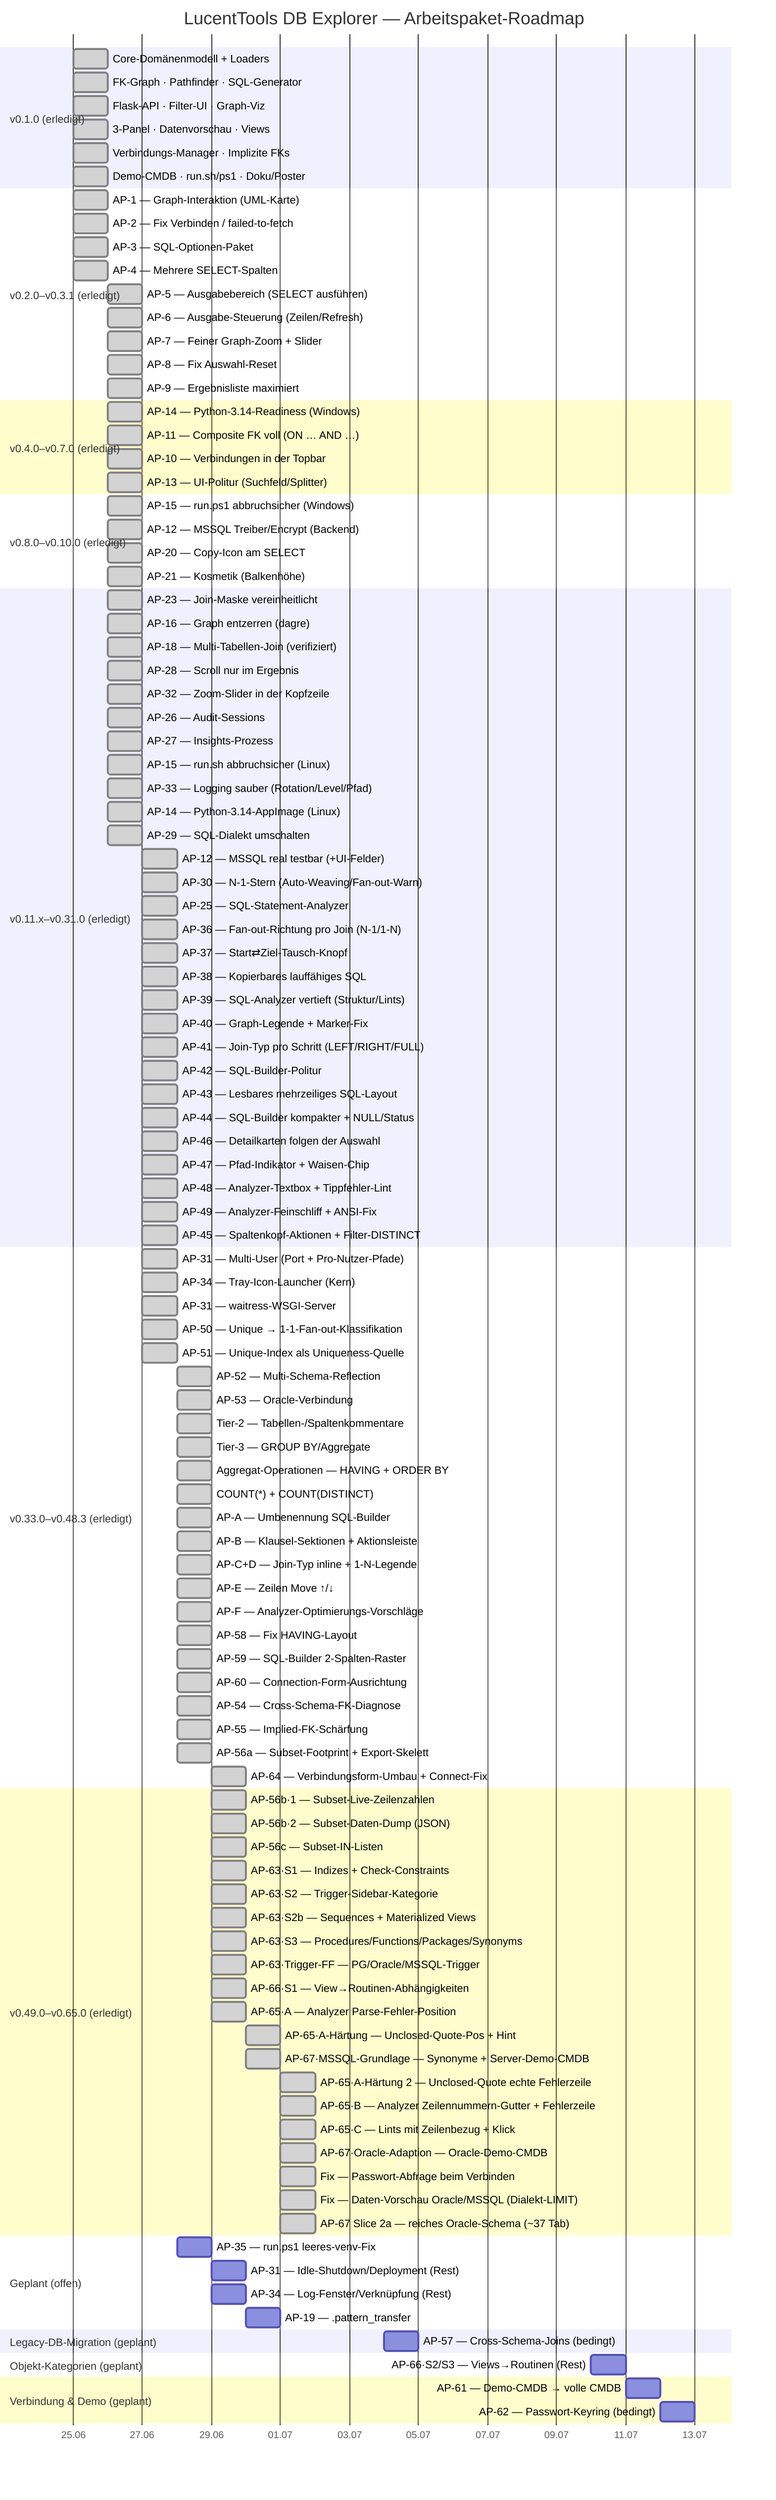
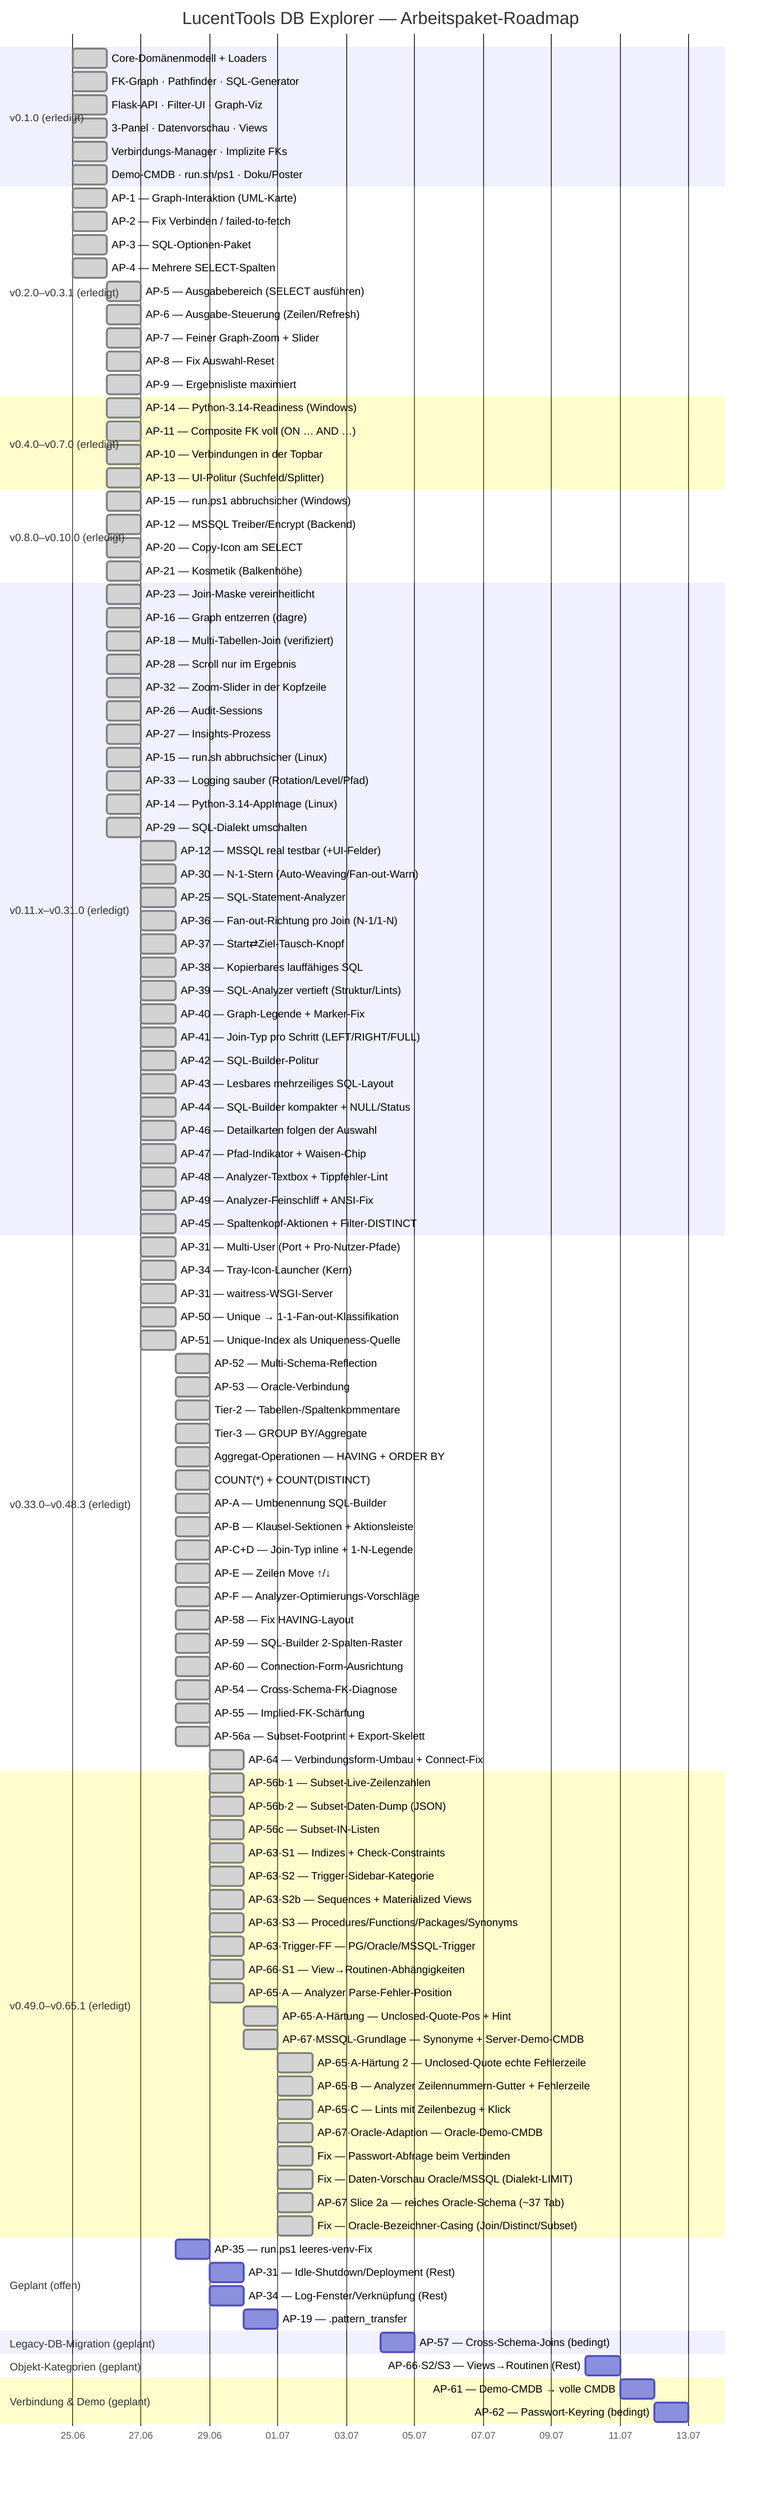
gantt
    title LucentTools DB Explorer — Arbeitspaket-Roadmap
    dateFormat  YYYY-MM-DD
    axisFormat  %d.%m

    section v0.1.0 (erledigt)
    Core-Domänenmodell + Loaders          :done, d1, 2026-06-25, 1d
    FK-Graph · Pathfinder · SQL-Generator :done, d2, 2026-06-25, 1d
    Flask-API · Filter-UI · Graph-Viz     :done, d3, 2026-06-25, 1d
    3-Panel · Datenvorschau · Views       :done, d4, 2026-06-25, 1d
    Verbindungs-Manager · Implizite FKs   :done, d5, 2026-06-25, 1d
    Demo-CMDB · run.sh/ps1 · Doku/Poster  :done, d6, 2026-06-25, 1d

    section v0.2.0–v0.3.1 (erledigt)
    AP-1 — Graph-Interaktion (UML-Karte)        :done, a1, 2026-06-25, 1d
    AP-2 — Fix Verbinden / failed-to-fetch      :done, a2, 2026-06-25, 1d
    AP-3 — SQL-Optionen-Paket                   :done, a3, 2026-06-25, 1d
    AP-4 — Mehrere SELECT-Spalten               :done, a4, 2026-06-25, 1d
    AP-5 — Ausgabebereich (SELECT ausführen)    :done, a5, 2026-06-26, 1d
    AP-6 — Ausgabe-Steuerung (Zeilen/Refresh)   :done, a6, 2026-06-26, 1d
    AP-7 — Feiner Graph-Zoom + Slider           :done, a7, 2026-06-26, 1d
    AP-8 — Fix Auswahl-Reset                    :done, a8, 2026-06-26, 1d
    AP-9 — Ergebnisliste maximiert              :done, a9, 2026-06-26, 1d

    section v0.4.0–v0.7.0 (erledigt)
    AP-14 — Python-3.14-Readiness (Windows)     :done, b1, 2026-06-26, 1d
    AP-11 — Composite FK voll (ON … AND …)      :done, b2, 2026-06-26, 1d
    AP-10 — Verbindungen in der Topbar          :done, b3, 2026-06-26, 1d
    AP-13 — UI-Politur (Suchfeld/Splitter)      :done, b4, 2026-06-26, 1d

    section v0.8.0–v0.10.0 (erledigt)
    AP-15 — run.ps1 abbruchsicher (Windows)     :done, c1, 2026-06-26, 1d
    AP-12 — MSSQL Treiber/Encrypt (Backend)     :done, c2, 2026-06-26, 1d
    AP-20 — Copy-Icon am SELECT                 :done, c3, 2026-06-26, 1d
    AP-21 — Kosmetik (Balkenhöhe)               :done, c4, 2026-06-26, 1d

    section v0.11.x–v0.31.0 (erledigt)
    AP-23 — Join-Maske vereinheitlicht          :done, e1, 2026-06-26, 1d
    AP-16 — Graph entzerren (dagre)             :done, e2, 2026-06-26, 1d
    AP-18 — Multi-Tabellen-Join (verifiziert)   :done, e3, 2026-06-26, 1d
    AP-28 — Scroll nur im Ergebnis              :done, e4, 2026-06-26, 1d
    AP-32 — Zoom-Slider in der Kopfzeile        :done, e5, 2026-06-26, 1d
    AP-26 — Audit-Sessions                      :done, e6, 2026-06-26, 1d
    AP-27 — Insights-Prozess                    :done, e7, 2026-06-26, 1d
    AP-15 — run.sh abbruchsicher (Linux)        :done, e8, 2026-06-26, 1d
    AP-33 — Logging sauber (Rotation/Level/Pfad) :done, e9, 2026-06-26, 1d
    AP-14 — Python-3.14-AppImage (Linux)         :done, e10, 2026-06-26, 1d
    AP-29 — SQL-Dialekt umschalten               :done, e11, 2026-06-26, 1d
    AP-12 — MSSQL real testbar (+UI-Felder)      :done, e12, 2026-06-27, 1d
    AP-30 — N-1-Stern (Auto-Weaving/Fan-out-Warn) :done, e13, 2026-06-27, 1d
    AP-25 — SQL-Statement-Analyzer               :done, e14, 2026-06-27, 1d
    AP-36 — Fan-out-Richtung pro Join (N-1/1-N)  :done, e15, 2026-06-27, 1d
    AP-37 — Start⇄Ziel-Tausch-Knopf              :done, e16, 2026-06-27, 1d
    AP-38 — Kopierbares lauffähiges SQL          :done, e17, 2026-06-27, 1d
    AP-39 — SQL-Analyzer vertieft (Struktur/Lints) :done, e18, 2026-06-27, 1d
    AP-40 — Graph-Legende + Marker-Fix           :done, e19, 2026-06-27, 1d
    AP-41 — Join-Typ pro Schritt (LEFT/RIGHT/FULL) :done, e20, 2026-06-27, 1d
    AP-42 — SQL-Builder-Politur                 :done, e21, 2026-06-27, 1d
    AP-43 — Lesbares mehrzeiliges SQL-Layout      :done, e22, 2026-06-27, 1d
    AP-44 — SQL-Builder kompakter + NULL/Status :done, e23, 2026-06-27, 1d
    AP-46 — Detailkarten folgen der Auswahl       :done, e24, 2026-06-27, 1d
    AP-47 — Pfad-Indikator + Waisen-Chip         :done, e25, 2026-06-27, 1d
    AP-48 — Analyzer-Textbox + Tippfehler-Lint   :done, e26, 2026-06-27, 1d
    AP-49 — Analyzer-Feinschliff + ANSI-Fix       :done, e27, 2026-06-27, 1d
    AP-45 — Spaltenkopf-Aktionen + Filter-DISTINCT :done, e28, 2026-06-27, 1d

    section v0.33.0–v0.48.3 (erledigt)
    AP-31 — Multi-User (Port + Pro-Nutzer-Pfade) :done, f1, 2026-06-27, 1d
    AP-34 — Tray-Icon-Launcher (Kern)            :done, f2, 2026-06-27, 1d
    AP-31 — waitress-WSGI-Server                 :done, f3, 2026-06-27, 1d
    AP-50 — Unique → 1-1-Fan-out-Klassifikation  :done, f4, 2026-06-27, 1d
    AP-51 — Unique-Index als Uniqueness-Quelle   :done, f5, 2026-06-27, 1d
    AP-52 — Multi-Schema-Reflection              :done, f6, 2026-06-28, 1d
    AP-53 — Oracle-Verbindung                    :done, f7, 2026-06-28, 1d
    Tier-2 — Tabellen-/Spaltenkommentare         :done, f8, 2026-06-28, 1d
    Tier-3 — GROUP BY/Aggregate                  :done, f9, 2026-06-28, 1d
    Aggregat-Operationen — HAVING + ORDER BY     :done, f10, 2026-06-28, 1d
    COUNT(*) + COUNT(DISTINCT)                   :done, f11, 2026-06-28, 1d
    AP-A — Umbenennung SQL-Builder               :done, f12, 2026-06-28, 1d
    AP-B — Klausel-Sektionen + Aktionsleiste     :done, f13, 2026-06-28, 1d
    AP-C+D — Join-Typ inline + 1-N-Legende       :done, f14, 2026-06-28, 1d
    AP-E — Zeilen Move ↑/↓                        :done, f15, 2026-06-28, 1d
    AP-F — Analyzer-Optimierungs-Vorschläge      :done, f16, 2026-06-28, 1d
    AP-58 — Fix HAVING-Layout                    :done, f17, 2026-06-28, 1d
    AP-59 — SQL-Builder 2-Spalten-Raster        :done, f18, 2026-06-28, 1d
    AP-60 — Connection-Form-Ausrichtung         :done, f19, 2026-06-28, 1d
    AP-54 — Cross-Schema-FK-Diagnose            :done, f20, 2026-06-28, 1d
    AP-55 — Implied-FK-Schärfung                :done, f21, 2026-06-28, 1d
    AP-56a — Subset-Footprint + Export-Skelett   :done, f22, 2026-06-28, 1d
    AP-64 — Verbindungsform-Umbau + Connect-Fix  :done, f23, 2026-06-29, 1d

-     section v0.49.0–v0.65.0 (erledigt)
+     section v0.49.0–v0.65.1 (erledigt)
    AP-56b·1 — Subset-Live-Zeilenzahlen         :done, f24, 2026-06-29, 1d
    AP-56b·2 — Subset-Daten-Dump (JSON)         :done, f25, 2026-06-29, 1d
    AP-56c — Subset-IN-Listen                   :done, f26, 2026-06-29, 1d
    AP-63·S1 — Indizes + Check-Constraints      :done, f27, 2026-06-29, 1d
    AP-63·S2 — Trigger-Sidebar-Kategorie        :done, f28, 2026-06-29, 1d
    AP-63·S2b — Sequences + Materialized Views  :done, f29, 2026-06-29, 1d
    AP-63·S3 — Procedures/Functions/Packages/Synonyms :done, f30, 2026-06-29, 1d
    AP-63·Trigger-FF — PG/Oracle/MSSQL-Trigger  :done, f31, 2026-06-29, 1d
    AP-66·S1 — View→Routinen-Abhängigkeiten     :done, f32, 2026-06-29, 1d
    AP-65·A — Analyzer Parse-Fehler-Position    :done, f33, 2026-06-29, 1d
    AP-65·A-Härtung — Unclosed-Quote-Pos + Hint :done, f34, 2026-06-30, 1d
    AP-67·MSSQL-Grundlage — Synonyme + Server-Demo-CMDB :done, f35, 2026-06-30, 1d
    AP-65·A-Härtung 2 — Unclosed-Quote echte Fehlerzeile :done, f36, 2026-07-01, 1d
    AP-65·B — Analyzer Zeilennummern-Gutter + Fehlerzeile :done, f37, 2026-07-01, 1d
    AP-65·C — Lints mit Zeilenbezug + Klick :done, f38, 2026-07-01, 1d
    AP-67·Oracle-Adaption — Oracle-Demo-CMDB :done, f39, 2026-07-01, 1d
    Fix — Passwort-Abfrage beim Verbinden :done, f40, 2026-07-01, 1d
    Fix — Daten-Vorschau Oracle/MSSQL (Dialekt-LIMIT) :done, f41, 2026-07-01, 1d
    AP-67 Slice 2a — reiches Oracle-Schema (~37 Tab) :done, f42, 2026-07-01, 1d
+     Fix — Oracle-Bezeichner-Casing (Join/Distinct/Subset) :done, f43, 2026-07-01, 1d

    section Geplant (offen)
    AP-35 — run.ps1 leeres-venv-Fix             :p3, 2026-06-28, 1d
    AP-31 — Idle-Shutdown/Deployment (Rest)     :p5, 2026-06-29, 1d
    AP-34 — Log-Fenster/Verknüpfung (Rest)      :p6, 2026-06-29, 1d
    AP-19 — .pattern_transfer                   :p11, 2026-06-30, 1d

    section Legacy-DB-Migration (geplant)
    AP-57 — Cross-Schema-Joins (bedingt)        :p23, 2026-07-04, 1d

    section Objekt-Kategorien (geplant)
    AP-66·S2/S3 — Views→Routinen (Rest)         :p33, 2026-07-10, 1d

    section Analyzer-Tiefe (geplant)

    section Verbindung & Demo (geplant)
    AP-61 — Demo-CMDB → volle CMDB              :p41, 2026-07-11, 1d
    AP-62 — Passwort-Keyring (bedingt)          :p42, 2026-07-12, 1d
